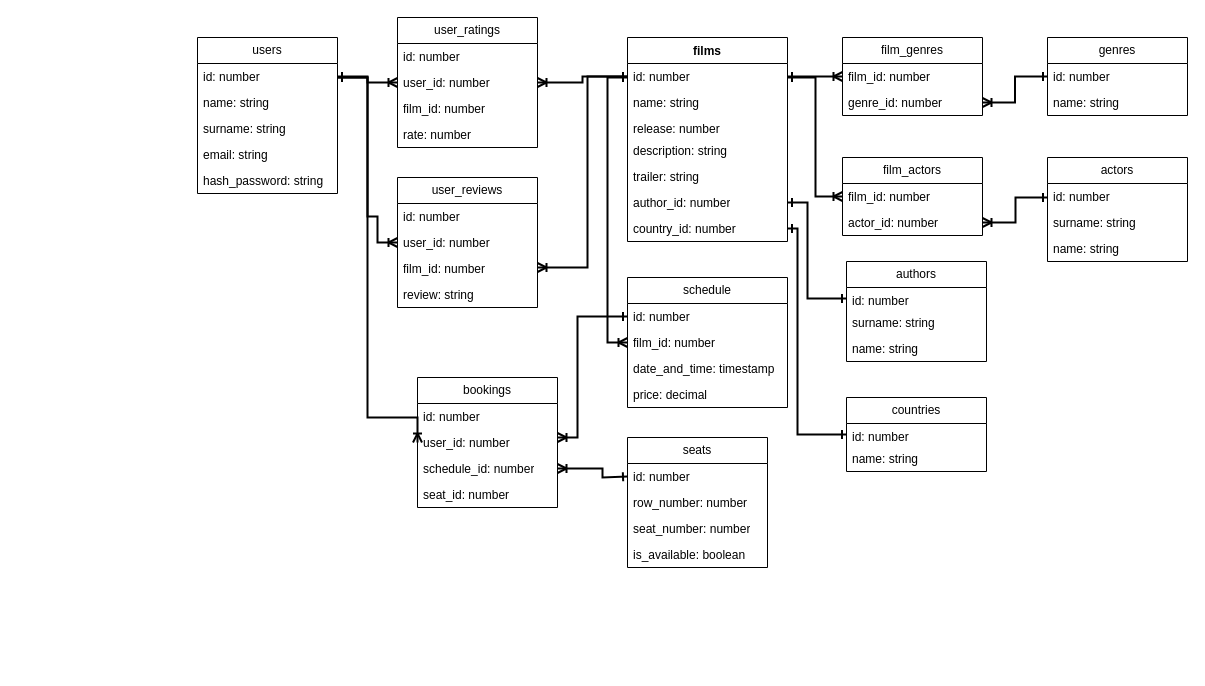
Before: backend/schema-database.drawio in Denis-Zhukov/modsen-cinema, a draw.io diagram. Source tidied: cells renumbered, new cells numbered last; positions are measured from the earlier drawing's top-left corner, leaving out a move shared by most shapes. Both pictures are drawn from the tidied source at 100%, with x=0, y=0 at pixel (197, 17).
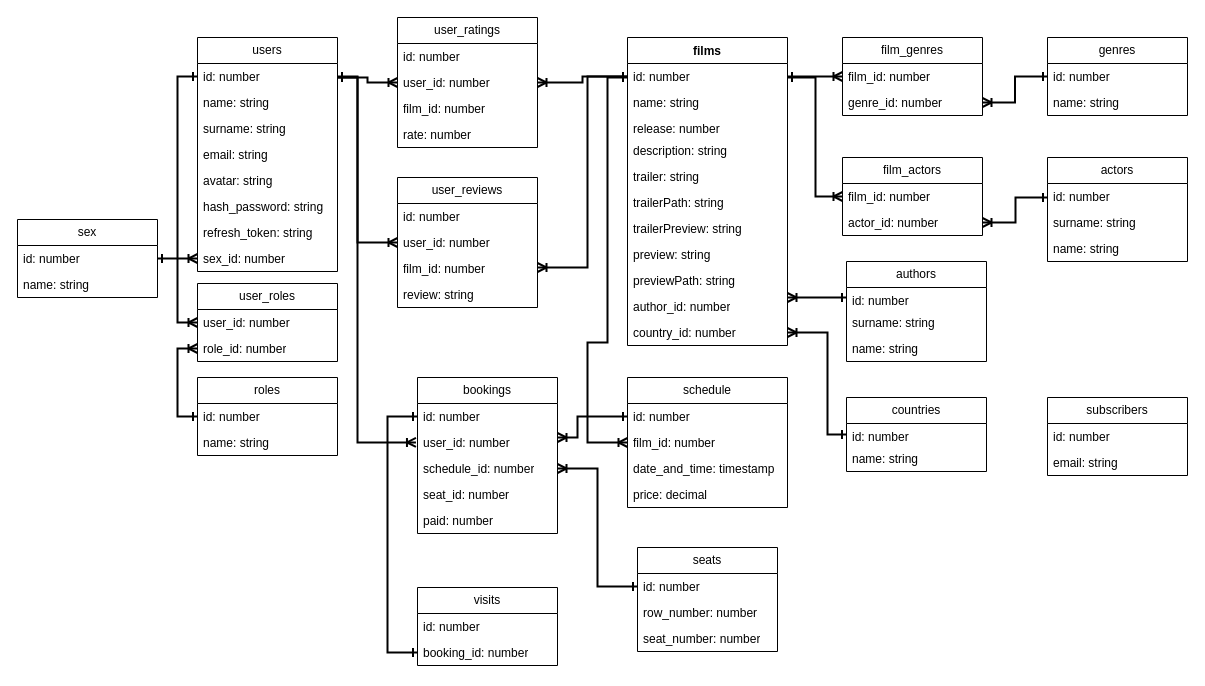
The same diagram, later.

Unchanged cells that the change refers to:
```xml
<mxCell id="32" value="id: number" style="text;strokeColor=none;fillColor=none;align=left;verticalAlign=top;spacingLeft=4;spacingRight=4;overflow=hidden;points=[[0,0.5],[1,0.5]];portConstraint=eastwest;whiteSpace=wrap;html=1;" parent="31" vertex="1">
  <mxGeometry y="26" width="140" height="26" as="geometry" />
</mxCell>
<mxCell id="40" value="user_id: number" style="text;strokeColor=none;fillColor=none;align=left;verticalAlign=top;spacingLeft=4;spacingRight=4;overflow=hidden;points=[[0,0.5],[1,0.5]];portConstraint=eastwest;whiteSpace=wrap;html=1;" parent="38" vertex="1">
  <mxGeometry y="52" width="140" height="26" as="geometry" />
</mxCell>
<mxCell id="46" value="user_id: number" style="text;strokeColor=none;fillColor=none;align=left;verticalAlign=top;spacingLeft=4;spacingRight=4;overflow=hidden;points=[[0,0.5],[1,0.5]];portConstraint=eastwest;whiteSpace=wrap;html=1;" parent="44" vertex="1">
  <mxGeometry y="52" width="140" height="26" as="geometry" />
</mxCell>
<mxCell id="50" value="id: number" style="text;strokeColor=none;fillColor=none;align=left;verticalAlign=top;spacingLeft=4;spacingRight=4;overflow=hidden;points=[[0,0.5],[1,0.5]];portConstraint=eastwest;whiteSpace=wrap;html=1;" parent="49" vertex="1">
  <mxGeometry y="26" width="160" height="26" as="geometry" />
</mxCell>
<mxCell id="51" value="film_id: number" style="text;strokeColor=none;fillColor=none;align=left;verticalAlign=top;spacingLeft=4;spacingRight=4;overflow=hidden;points=[[0,0.5],[1,0.5]];portConstraint=eastwest;whiteSpace=wrap;html=1;" parent="49" vertex="1">
  <mxGeometry y="52" width="160" height="26" as="geometry" />
</mxCell>
<mxCell id="56" value="id: number" style="text;strokeColor=none;fillColor=none;align=left;verticalAlign=top;spacingLeft=4;spacingRight=4;overflow=hidden;points=[[0,0.5],[1,0.5]];portConstraint=eastwest;whiteSpace=wrap;html=1;" parent="55" vertex="1">
  <mxGeometry y="26" width="140" height="26" as="geometry" />
</mxCell>
<mxCell id="57" value="user_id: number" style="text;strokeColor=none;fillColor=none;align=left;verticalAlign=top;spacingLeft=4;spacingRight=4;overflow=hidden;points=[[0,0.5],[1,0.5]];portConstraint=eastwest;whiteSpace=wrap;html=1;" parent="55" vertex="1">
  <mxGeometry y="52" width="140" height="26" as="geometry" />
</mxCell>
<mxCell id="61" value="id: number" style="text;strokeColor=none;fillColor=none;align=left;verticalAlign=top;spacingLeft=4;spacingRight=4;overflow=hidden;points=[[0,0.5],[1,0.5]];portConstraint=eastwest;whiteSpace=wrap;html=1;" parent="60" vertex="1">
  <mxGeometry y="26" width="140" height="26" as="geometry" />
</mxCell>
<mxCell id="66" value="authors" style="swimlane;fontStyle=0;horizontal=1;startSize=26;fillColor=none;whiteSpace=wrap;html=1;" parent="1" vertex="1">
  <mxGeometry x="649" y="244" width="140" height="100" as="geometry" />
</mxCell>
<mxCell id="67" value="id: number" style="text;strokeColor=none;fillColor=none;align=left;verticalAlign=top;spacingLeft=4;spacingRight=4;overflow=hidden;points=[[0,0.5],[1,0.5]];portConstraint=eastwest;whiteSpace=wrap;html=1;" parent="66" vertex="1">
  <mxGeometry y="26" width="140" height="22" as="geometry" />
</mxCell>
<mxCell id="71" value="countries" style="swimlane;fontStyle=0;horizontal=1;startSize=26;fillColor=none;whiteSpace=wrap;html=1;" parent="1" vertex="1">
  <mxGeometry x="649" y="380" width="140" height="74" as="geometry" />
</mxCell>
<mxCell id="72" value="id: number" style="text;strokeColor=none;fillColor=none;align=left;verticalAlign=top;spacingLeft=4;spacingRight=4;overflow=hidden;points=[[0,0.5],[1,0.5]];portConstraint=eastwest;whiteSpace=wrap;html=1;" parent="71" vertex="1">
  <mxGeometry y="26" width="140" height="22" as="geometry" />
</mxCell>
```

The edit, as a diff of the source:
```diff
@@
     <mxCell id="4" style="edgeStyle=orthogonalEdgeStyle;rounded=0;jettySize=auto;html=1;entryX=0;entryY=0.5;entryDx=0;entryDy=0;strokeWidth=2;startArrow=ERone;startFill=0;endArrow=ERoneToMany;endFill=0;" parent="1" edge="1" source="5" target="51">
       <mxGeometry relative="1" as="geometry">
         <Array as="points">
           <mxPoint x="410" y="60" />
           <mxPoint x="410" y="325" />
+          <mxPoint x="390" y="325" />
+          <mxPoint x="390" y="425" />
         </Array>
       </mxGeometry>
     </mxCell>
     <mxCell id="5" value="films" style="swimlane;fontStyle=1;align=center;verticalAlign=top;horizontal=1;startSize=26;whiteSpace=wrap;html=1;" parent="1" vertex="1">
-      <mxGeometry x="430" y="20" width="160" height="204" as="geometry" />
+      <mxGeometry x="430" y="20" width="160" height="308" as="geometry" />
     </mxCell>
@@
+    <mxCell id="75" value="trailerPath: string" style="text;strokeColor=none;fillColor=none;align=left;verticalAlign=top;spacingLeft=4;spacingRight=4;overflow=hidden;whiteSpace=wrap;html=1;" parent="5" vertex="1">
+      <mxGeometry y="152" width="160" height="26" as="geometry" />
+    </mxCell>
+    <mxCell id="76" value="trailerPreview: string" style="text;strokeColor=none;fillColor=none;align=left;verticalAlign=top;spacingLeft=4;spacingRight=4;overflow=hidden;whiteSpace=wrap;html=1;" parent="5" vertex="1">
+      <mxGeometry y="178" width="160" height="26" as="geometry" />
+    </mxCell>
+    <mxCell id="77" value="preview: string" style="text;strokeColor=none;fillColor=none;align=left;verticalAlign=top;spacingLeft=4;spacingRight=4;overflow=hidden;whiteSpace=wrap;html=1;" parent="5" vertex="1">
+      <mxGeometry y="204" width="160" height="26" as="geometry" />
+    </mxCell>
+    <mxCell id="78" value="previewPath: string" style="text;strokeColor=none;fillColor=none;align=left;verticalAlign=top;spacingLeft=4;spacingRight=4;overflow=hidden;whiteSpace=wrap;html=1;" parent="5" vertex="1">
+      <mxGeometry y="230" width="160" height="26" as="geometry" />
+    </mxCell>
     <mxCell id="11" value="author_id: number" style="text;strokeColor=none;fillColor=none;align=left;verticalAlign=top;spacingLeft=4;spacingRight=4;overflow=hidden;points=[[0,0.5],[1,0.5]];portConstraint=eastwest;whiteSpace=wrap;html=1;" parent="5" vertex="1">
-      <mxGeometry y="152" width="160" height="26" as="geometry" />
+      <mxGeometry y="256" width="160" height="26" as="geometry" />
     </mxCell>
     <mxCell id="12" value="country_id: number" style="text;strokeColor=none;fillColor=none;align=left;verticalAlign=top;spacingLeft=4;spacingRight=4;overflow=hidden;points=[[0,0.5],[1,0.5]];portConstraint=eastwest;whiteSpace=wrap;html=1;" parent="5" vertex="1">
-      <mxGeometry y="178" width="160" height="26" as="geometry" />
+      <mxGeometry y="282" width="160" height="26" as="geometry" />
     </mxCell>
@@
     <mxCell id="28" style="edgeStyle=orthogonalEdgeStyle;rounded=0;jettySize=auto;html=1;entryX=0;entryY=0.5;entryDx=0;entryDy=0;startArrow=ERone;startFill=0;endArrow=ERoneToMany;endFill=0;strokeWidth=2;" parent="1" edge="1" source="31" target="40">
       <mxGeometry relative="1" as="geometry">
         <Array as="points">
           <mxPoint x="170" y="60" />
+          <mxPoint x="170" y="65" />
         </Array>
       </mxGeometry>
     </mxCell>
     <mxCell id="29" style="edgeStyle=orthogonalEdgeStyle;rounded=0;jettySize=auto;html=1;exitX=1;exitY=0.5;exitDx=0;exitDy=0;strokeWidth=2;startArrow=ERone;startFill=0;endArrow=ERoneToMany;endFill=0;" parent="1" edge="1" source="32" target="46">
       <mxGeometry relative="1" as="geometry">
         <Array as="points">
-          <mxPoint x="170" y="59" />
-          <mxPoint x="170" y="199" />
-          <mxPoint x="180" y="199" />
-          <mxPoint x="180" y="225" />
+          <mxPoint x="160" y="59" />
+          <mxPoint x="160" y="225" />
         </Array>
       </mxGeometry>
     </mxCell>
-    <mxCell id="30" style="edgeStyle=orthogonalEdgeStyle;rounded=0;jettySize=auto;html=1;strokeWidth=2;startArrow=ERone;startFill=0;endArrow=ERoneToMany;endFill=0;entryX=0;entryY=0.5;entryDx=0;entryDy=0;" parent="1" edge="1" source="31" target="57">
+    <mxCell id="30" style="edgeStyle=orthogonalEdgeStyle;rounded=0;jettySize=auto;html=1;strokeWidth=2;startArrow=ERone;startFill=0;endArrow=ERoneToMany;endFill=0;entryX=-0.011;entryY=0.497;entryDx=0;entryDy=0;entryPerimeter=0;" parent="1" edge="1" source="31" target="57">
       <mxGeometry relative="1" as="geometry">
         <Array as="points">
-          <mxPoint x="170" y="60" />
-          <mxPoint x="170" y="400" />
-          <mxPoint x="220" y="400" />
+          <mxPoint x="160" y="60" />
+          <mxPoint x="160" y="425" />
         </Array>
       </mxGeometry>
     </mxCell>
     <mxCell id="31" value="users" style="swimlane;fontStyle=0;horizontal=1;startSize=26;fillColor=none;whiteSpace=wrap;html=1;" parent="1" vertex="1">
-      <mxGeometry y="20" width="140" height="156" as="geometry" />
+      <mxGeometry y="20" width="140" height="234" as="geometry" />
     </mxCell>
@@
+    <mxCell id="79" value="avatar: string" style="text;strokeColor=none;fillColor=none;align=left;verticalAlign=top;spacingLeft=4;spacingRight=4;overflow=hidden;whiteSpace=wrap;html=1;" parent="31" vertex="1">
+      <mxGeometry y="130" width="140" height="26" as="geometry" />
+    </mxCell>
     <mxCell id="36" value="hash_password: string" style="text;strokeColor=none;fillColor=none;align=left;verticalAlign=top;spacingLeft=4;spacingRight=4;overflow=hidden;whiteSpace=wrap;html=1;" parent="31" vertex="1">
-      <mxGeometry y="130" width="140" height="26" as="geometry" />
+      <mxGeometry y="156" width="140" height="26" as="geometry" />
     </mxCell>
+    <mxCell id="80" value="refresh_token: string" style="text;strokeColor=none;fillColor=none;align=left;verticalAlign=top;spacingLeft=4;spacingRight=4;overflow=hidden;whiteSpace=wrap;html=1;" parent="31" vertex="1">
+      <mxGeometry y="182" width="140" height="26" as="geometry" />
+    </mxCell>
+    <mxCell id="81" value="sex_id: number" style="text;strokeColor=none;fillColor=none;align=left;verticalAlign=top;spacingLeft=4;spacingRight=4;overflow=hidden;points=[[0,0.5],[1,0.5]];portConstraint=eastwest;whiteSpace=wrap;html=1;" parent="31" vertex="1">
+      <mxGeometry y="208" width="140" height="26" as="geometry" />
+    </mxCell>
@@
     <mxCell id="49" value="schedule" style="swimlane;fontStyle=0;horizontal=1;startSize=26;fillColor=none;whiteSpace=wrap;html=1;" parent="1" vertex="1">
-      <mxGeometry x="430" y="260" width="160" height="130" as="geometry" />
+      <mxGeometry x="430" y="360" width="160" height="130" as="geometry" />
     </mxCell>
@@
     <mxCell id="54" style="edgeStyle=orthogonalEdgeStyle;rounded=0;jettySize=auto;html=1;entryX=0;entryY=0.5;entryDx=0;entryDy=0;endArrow=ERone;endFill=0;startArrow=ERoneToMany;startFill=0;strokeWidth=2;" parent="1" edge="1" source="55" target="50">
       <mxGeometry relative="1" as="geometry">
         <Array as="points">
           <mxPoint x="380" y="420" />
-          <mxPoint x="380" y="299" />
+          <mxPoint x="380" y="399" />
         </Array>
       </mxGeometry>
     </mxCell>
     <mxCell id="55" value="bookings" style="swimlane;fontStyle=0;horizontal=1;startSize=26;fillColor=none;whiteSpace=wrap;html=1;" parent="1" vertex="1">
-      <mxGeometry x="220" y="360" width="140" height="130" as="geometry" />
+      <mxGeometry x="220" y="360" width="140" height="156" as="geometry" />
     </mxCell>
@@
+    <mxCell id="82" value="paid: number" style="text;strokeColor=none;fillColor=none;align=left;verticalAlign=top;spacingLeft=4;spacingRight=4;overflow=hidden;whiteSpace=wrap;html=1;" parent="55" vertex="1">
+      <mxGeometry y="130" width="140" height="26" as="geometry" />
+    </mxCell>
     <mxCell id="60" value="seats" style="swimlane;fontStyle=0;horizontal=1;startSize=26;fillColor=none;whiteSpace=wrap;html=1;" parent="1" vertex="1">
-      <mxGeometry x="430" y="420" width="140" height="130" as="geometry" />
+      <mxGeometry x="440" y="530" width="140" height="104" as="geometry" />
     </mxCell>
@@
-    <mxCell id="64" value="is_available: boolean" style="text;strokeColor=none;fillColor=none;align=left;verticalAlign=top;spacingLeft=4;spacingRight=4;overflow=hidden;whiteSpace=wrap;html=1;" parent="60" vertex="1">
-      <mxGeometry y="104" width="140" height="26" as="geometry" />
-    </mxCell>
     <mxCell id="65" style="edgeStyle=orthogonalEdgeStyle;rounded=0;jettySize=auto;html=1;entryX=0;entryY=0.5;entryDx=0;entryDy=0;startArrow=ERoneToMany;startFill=0;endArrow=ERone;endFill=0;strokeWidth=2;" parent="1" edge="1" target="61">
       <mxGeometry relative="1" as="geometry">
         <mxPoint x="360" y="451" as="sourcePoint" />
         <Array as="points">
-          <mxPoint x="405" y="451" />
-          <mxPoint x="405" y="460" />
-          <mxPoint x="430" y="460" />
+          <mxPoint x="400" y="451" />
+          <mxPoint x="400" y="569" />
         </Array>
       </mxGeometry>
     </mxCell>
+    <mxCell id="83" style="edgeStyle=orthogonalEdgeStyle;rounded=0;jettySize=auto;html=1;strokeWidth=2;startArrow=ERone;startFill=0;endArrow=ERoneToMany;endFill=0;" parent="1" edge="1" source="66" target="11">
+      <mxGeometry relative="1" as="geometry">
+        <Array as="points">
+          <mxPoint x="610" y="280" />
+          <mxPoint x="610" y="280" />
+        </Array>
+      </mxGeometry>
+    </mxCell>
@@
-    <mxCell id="70" style="edgeStyle=orthogonalEdgeStyle;rounded=0;jettySize=auto;html=1;entryX=1;entryY=0.5;entryDx=0;entryDy=0;strokeWidth=2;startArrow=ERone;startFill=0;endArrow=ERone;endFill=0;exitX=0;exitY=0.5;exitDx=0;exitDy=0;" parent="1" edge="1" source="67" target="11">
-      <mxGeometry relative="1" as="geometry">
-        <Array as="points">
-          <mxPoint x="610" y="281" />
-          <mxPoint x="610" y="185" />
-        </Array>
-      </mxGeometry>
-    </mxCell>
+    <mxCell id="84" style="edgeStyle=orthogonalEdgeStyle;rounded=0;jettySize=auto;html=1;entryX=1;entryY=0.5;entryDx=0;entryDy=0;endArrow=ERoneToMany;endFill=0;startArrow=ERone;startFill=0;strokeWidth=2;" parent="1" edge="1" source="71" target="12">
+      <mxGeometry relative="1" as="geometry">
+        <Array as="points">
+          <mxPoint x="630" y="417" />
+          <mxPoint x="630" y="315" />
+        </Array>
+      </mxGeometry>
+    </mxCell>
@@
-    <mxCell id="74" style="edgeStyle=orthogonalEdgeStyle;rounded=0;jettySize=auto;html=1;entryX=0;entryY=0.5;entryDx=0;entryDy=0;strokeWidth=2;startArrow=ERone;startFill=0;endArrow=ERone;endFill=0;" parent="1" edge="1" source="12" target="72">
-      <mxGeometry relative="1" as="geometry">
-        <Array as="points">
-          <mxPoint x="600" y="211" />
-          <mxPoint x="600" y="417" />
-        </Array>
-      </mxGeometry>
-    </mxCell>
+    <mxCell id="85" value="user_roles" style="swimlane;fontStyle=0;horizontal=1;startSize=26;fillColor=none;whiteSpace=wrap;html=1;" parent="1" vertex="1">
+      <mxGeometry y="266" width="140" height="78" as="geometry" />
+    </mxCell>
+    <mxCell id="86" value="user_id: number" style="text;strokeColor=none;fillColor=none;align=left;verticalAlign=top;spacingLeft=4;spacingRight=4;overflow=hidden;points=[[0,0.5],[1,0.5]];portConstraint=eastwest;whiteSpace=wrap;html=1;" parent="85" vertex="1">
+      <mxGeometry y="26" width="140" height="26" as="geometry" />
+    </mxCell>
+    <mxCell id="87" value="role_id: number" style="text;strokeColor=none;fillColor=none;align=left;verticalAlign=top;spacingLeft=4;spacingRight=4;overflow=hidden;points=[[0,0.5],[1,0.5]];portConstraint=eastwest;whiteSpace=wrap;html=1;" parent="85" vertex="1">
+      <mxGeometry y="52" width="140" height="26" as="geometry" />
+    </mxCell>
+    <mxCell id="88" style="edgeStyle=orthogonalEdgeStyle;rounded=0;jettySize=auto;html=1;entryX=0;entryY=0.5;entryDx=0;entryDy=0;startArrow=ERoneToMany;startFill=0;endArrow=ERone;endFill=0;strokeWidth=2;" parent="1" edge="1" source="86" target="32">
+      <mxGeometry relative="1" as="geometry" />
+    </mxCell>
+    <mxCell id="89" style="edgeStyle=orthogonalEdgeStyle;rounded=0;jettySize=auto;html=1;entryX=0;entryY=0.5;entryDx=0;entryDy=0;exitX=0;exitY=0.5;exitDx=0;exitDy=0;endArrow=ERoneToMany;endFill=0;startArrow=ERone;startFill=0;strokeWidth=2;" parent="1" edge="1" source="91" target="87">
+      <mxGeometry relative="1" as="geometry" />
+    </mxCell>
+    <mxCell id="90" value="roles" style="swimlane;fontStyle=0;horizontal=1;startSize=26;fillColor=none;whiteSpace=wrap;html=1;" parent="1" vertex="1">
+      <mxGeometry y="360" width="140" height="78" as="geometry" />
+    </mxCell>
+    <mxCell id="91" value="id: number" style="text;strokeColor=none;fillColor=none;align=left;verticalAlign=top;spacingLeft=4;spacingRight=4;overflow=hidden;points=[[0,0.5],[1,0.5]];portConstraint=eastwest;whiteSpace=wrap;html=1;" parent="90" vertex="1">
+      <mxGeometry y="26" width="140" height="26" as="geometry" />
+    </mxCell>
+    <mxCell id="92" value="name: string" style="text;strokeColor=none;fillColor=none;align=left;verticalAlign=top;spacingLeft=4;spacingRight=4;overflow=hidden;whiteSpace=wrap;html=1;" parent="90" vertex="1">
+      <mxGeometry y="52" width="140" height="26" as="geometry" />
+    </mxCell>
+    <mxCell id="93" value="subscribers" style="swimlane;fontStyle=0;horizontal=1;startSize=26;fillColor=none;whiteSpace=wrap;html=1;" parent="1" vertex="1">
+      <mxGeometry x="850" y="380" width="140" height="78" as="geometry" />
+    </mxCell>
+    <mxCell id="94" value="id: number" style="text;strokeColor=none;fillColor=none;align=left;verticalAlign=top;spacingLeft=4;spacingRight=4;overflow=hidden;whiteSpace=wrap;html=1;" parent="93" vertex="1">
+      <mxGeometry y="26" width="140" height="26" as="geometry" />
+    </mxCell>
+    <mxCell id="95" value="email: string" style="text;strokeColor=none;fillColor=none;align=left;verticalAlign=top;spacingLeft=4;spacingRight=4;overflow=hidden;whiteSpace=wrap;html=1;" parent="93" vertex="1">
+      <mxGeometry y="52" width="140" height="26" as="geometry" />
+    </mxCell>
+    <mxCell id="96" value="visits" style="swimlane;fontStyle=0;horizontal=1;startSize=26;fillColor=none;whiteSpace=wrap;html=1;" parent="1" vertex="1">
+      <mxGeometry x="220" y="570" width="140" height="78" as="geometry" />
+    </mxCell>
+    <mxCell id="97" value="id: number" style="text;strokeColor=none;fillColor=none;align=left;verticalAlign=top;spacingLeft=4;spacingRight=4;overflow=hidden;whiteSpace=wrap;html=1;" parent="96" vertex="1">
+      <mxGeometry y="26" width="140" height="26" as="geometry" />
+    </mxCell>
+    <mxCell id="98" value="booking_id: number" style="text;strokeColor=none;fillColor=none;align=left;verticalAlign=top;spacingLeft=4;spacingRight=4;overflow=hidden;points=[[0,0.5],[1,0.5]];portConstraint=eastwest;whiteSpace=wrap;html=1;" parent="96" vertex="1">
+      <mxGeometry y="52" width="140" height="26" as="geometry" />
+    </mxCell>
+    <mxCell id="99" style="edgeStyle=orthogonalEdgeStyle;rounded=0;jettySize=auto;html=1;entryX=0;entryY=0.5;entryDx=0;entryDy=0;startArrow=ERone;startFill=0;endArrow=ERone;endFill=0;strokeWidth=2;" parent="1" edge="1" source="56" target="98">
+      <mxGeometry relative="1" as="geometry">
+        <Array as="points">
+          <mxPoint x="190" y="399" />
+          <mxPoint x="190" y="635" />
+        </Array>
+      </mxGeometry>
+    </mxCell>
+    <mxCell id="100" style="edgeStyle=orthogonalEdgeStyle;rounded=0;jettySize=auto;html=1;entryX=0;entryY=0.5;entryDx=0;entryDy=0;strokeWidth=2;startArrow=ERone;startFill=0;endArrow=ERoneToMany;endFill=0;" parent="1" edge="1" source="101" target="81">
+      <mxGeometry relative="1" as="geometry" />
+    </mxCell>
+    <mxCell id="101" value="sex" style="swimlane;fontStyle=0;horizontal=1;startSize=26;fillColor=none;whiteSpace=wrap;html=1;" parent="1" vertex="1">
+      <mxGeometry x="-180" y="202" width="140" height="78" as="geometry" />
+    </mxCell>
+    <mxCell id="102" value="id: number" style="text;strokeColor=none;fillColor=none;align=left;verticalAlign=top;spacingLeft=4;spacingRight=4;overflow=hidden;whiteSpace=wrap;html=1;" parent="101" vertex="1">
+      <mxGeometry y="26" width="140" height="26" as="geometry" />
+    </mxCell>
+    <mxCell id="103" value="name: string" style="text;strokeColor=none;fillColor=none;align=left;verticalAlign=top;spacingLeft=4;spacingRight=4;overflow=hidden;whiteSpace=wrap;html=1;" parent="101" vertex="1">
+      <mxGeometry y="52" width="140" height="26" as="geometry" />
+    </mxCell>
```
